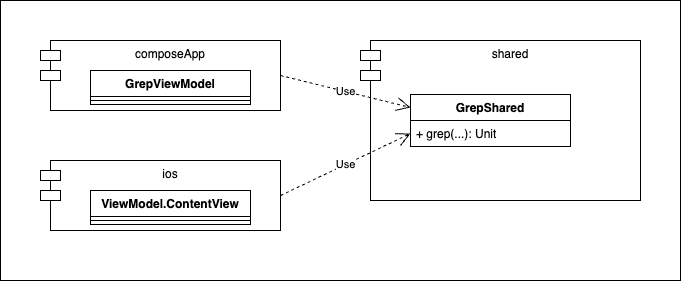
Before: KmpTutorial/docs/if_grep.png, a diagram exported from draw.io (seabat/kmp-tutorial). Source tidied: cells renumbered, new cells last; positions are measured from the earlier drawing's top-left corner, leaving out a move shared by most shapes.
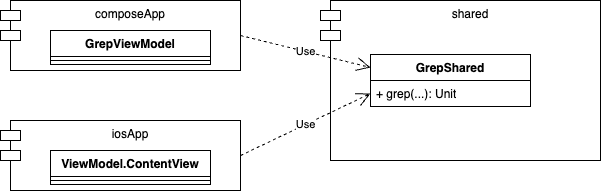
After the change.

Change to the diagram source:
```diff
@@ -2,16 +2,13 @@
   <root>
     <mxCell id="0" />
     <mxCell id="1" parent="0" />
-    <mxCell id="2" style="rounded=0;whiteSpace=wrap;html=1;" parent="1" vertex="1">
-      <mxGeometry width="680" height="280" as="geometry" />
-    </mxCell>
     <mxCell id="3" value="composeApp" style="shape=module;align=left;spacingLeft=20;align=center;verticalAlign=top;whiteSpace=wrap;html=1;" parent="1" vertex="1">
       <mxGeometry x="40" y="40" width="240" height="70" as="geometry" />
     </mxCell>
     <mxCell id="4" value="shared" style="shape=module;align=left;spacingLeft=20;align=center;verticalAlign=top;whiteSpace=wrap;html=1;" parent="1" vertex="1">
       <mxGeometry x="360" y="40" width="280" height="160" as="geometry" />
     </mxCell>
-    <mxCell id="5" value="ios" style="shape=module;align=left;spacingLeft=20;align=center;verticalAlign=top;whiteSpace=wrap;html=1;" parent="1" vertex="1">
+    <mxCell id="5" value="iosApp" style="shape=module;align=left;spacingLeft=20;align=center;verticalAlign=top;whiteSpace=wrap;html=1;" parent="1" vertex="1">
       <mxGeometry x="40" y="160" width="240" height="70" as="geometry" />
     </mxCell>
     <mxCell id="6" value="Use" style="endArrow=open;endSize=12;dashed=1;html=1;rounded=0;exitX=1;exitY=0.5;exitDx=0;exitDy=0;entryX=0;entryY=0.25;entryDx=0;entryDy=0;" parent="1" edge="1" source="3" target="10">
```
